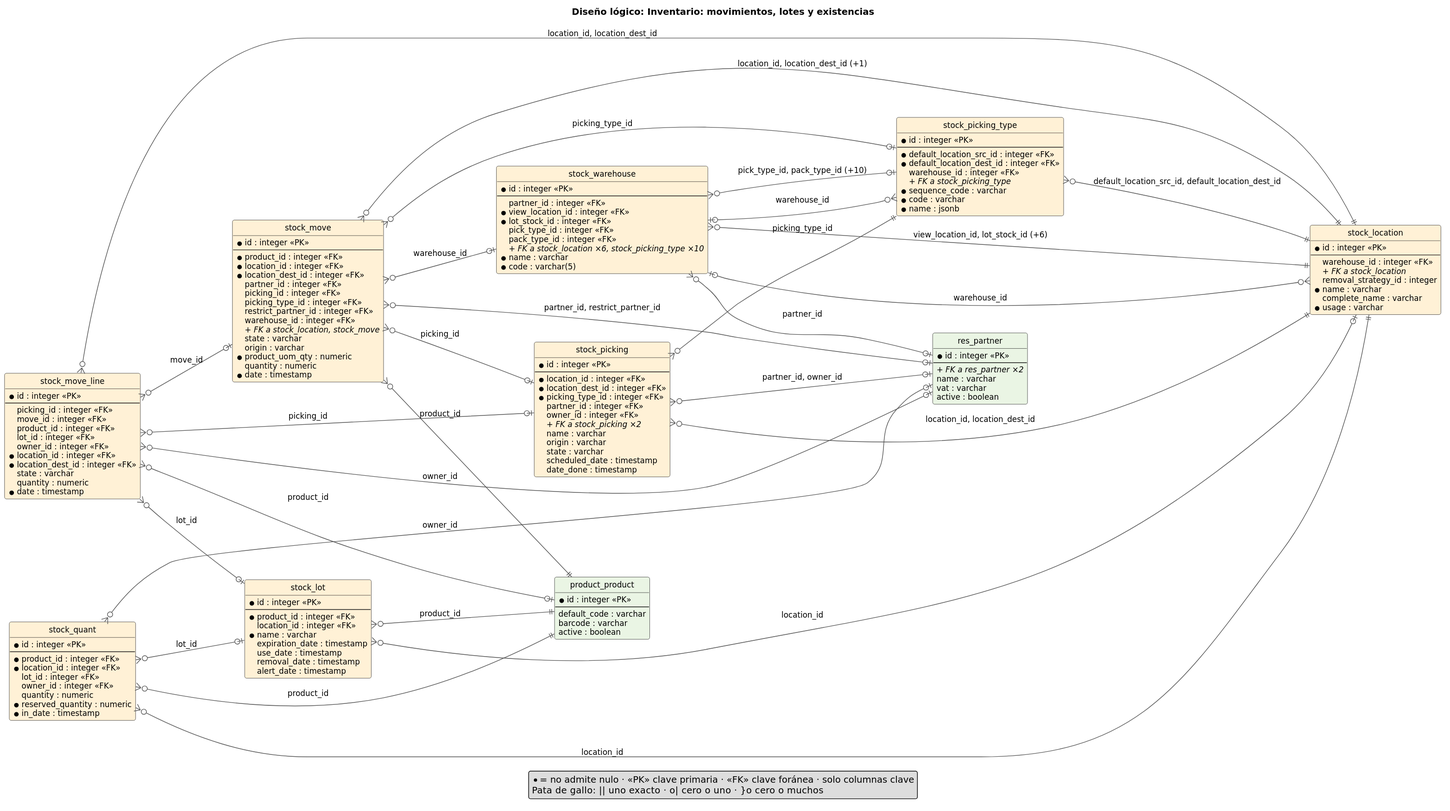
orlando572/erp-donofrio keeps this PlantUML diagram as docs/diagramas/er/logico_inventario.svg. Above is the earlier version. Source of this version:
```plantuml
@startuml
title Diseño lógico: Inventario: movimientos, lotes y existencias
hide circle
hide empty methods
left to right direction
skinparam shadowing false
skinparam defaultFontName DejaVu Sans
skinparam defaultFontSize 12
skinparam roundCorner 6
skinparam ArrowColor #555555
skinparam entity {
  BorderColor #444444
  BackgroundColor #FFFFFF
}
skinparam package {
  BorderColor #888888
  FontStyle bold
}
skinparam nodesep 30
skinparam ranksep 90

entity "stock_warehouse" as stock_warehouse #FFF1D6 {
  * id : integer <<PK>>
  --
  partner_id : integer <<FK>>
  * view_location_id : integer <<FK>>
  * lot_stock_id : integer <<FK>>
  pick_type_id : integer <<FK>>
  pack_type_id : integer <<FK>>
  <i>+ FK a stock_location ×6, stock_picking_type ×10</i>
  * name : varchar
  * code : varchar(5)
}
entity "stock_location" as stock_location #FFF1D6 {
  * id : integer <<PK>>
  --
  warehouse_id : integer <<FK>>
  <i>+ FK a stock_location</i>
  removal_strategy_id : integer
  * name : varchar
  complete_name : varchar
  * usage : varchar
}
entity "stock_picking_type" as stock_picking_type #FFF1D6 {
  * id : integer <<PK>>
  --
  * default_location_src_id : integer <<FK>>
  * default_location_dest_id : integer <<FK>>
  warehouse_id : integer <<FK>>
  <i>+ FK a stock_picking_type</i>
  * sequence_code : varchar
  * code : varchar
  * name : jsonb
}
entity "stock_picking" as stock_picking #FFF1D6 {
  * id : integer <<PK>>
  --
  * location_id : integer <<FK>>
  * location_dest_id : integer <<FK>>
  * picking_type_id : integer <<FK>>
  partner_id : integer <<FK>>
  owner_id : integer <<FK>>
  <i>+ FK a stock_picking ×2</i>
  name : varchar
  origin : varchar
  state : varchar
  scheduled_date : timestamp
  date_done : timestamp
}
entity "stock_move" as stock_move #FFF1D6 {
  * id : integer <<PK>>
  --
  * product_id : integer <<FK>>
  * location_id : integer <<FK>>
  * location_dest_id : integer <<FK>>
  partner_id : integer <<FK>>
  picking_id : integer <<FK>>
  picking_type_id : integer <<FK>>
  restrict_partner_id : integer <<FK>>
  warehouse_id : integer <<FK>>
  <i>+ FK a stock_location, stock_move</i>
  state : varchar
  origin : varchar
  * product_uom_qty : numeric
  quantity : numeric
  * date : timestamp
}
entity "stock_move_line" as stock_move_line #FFF1D6 {
  * id : integer <<PK>>
  --
  picking_id : integer <<FK>>
  move_id : integer <<FK>>
  product_id : integer <<FK>>
  lot_id : integer <<FK>>
  owner_id : integer <<FK>>
  * location_id : integer <<FK>>
  * location_dest_id : integer <<FK>>
  state : varchar
  quantity : numeric
  * date : timestamp
}
entity "stock_lot" as stock_lot #FFF1D6 {
  * id : integer <<PK>>
  --
  * product_id : integer <<FK>>
  location_id : integer <<FK>>
  * name : varchar
  expiration_date : timestamp
  use_date : timestamp
  removal_date : timestamp
  alert_date : timestamp
}
entity "stock_quant" as stock_quant #FFF1D6 {
  * id : integer <<PK>>
  --
  * product_id : integer <<FK>>
  * location_id : integer <<FK>>
  lot_id : integer <<FK>>
  owner_id : integer <<FK>>
  quantity : numeric
  * reserved_quantity : numeric
  * in_date : timestamp
}
entity "product_product" as product_product #EAF5E4 {
  * id : integer <<PK>>
  --
  default_code : varchar
  barcode : varchar
  active : boolean
}
entity "res_partner" as res_partner #EAF5E4 {
  * id : integer <<PK>>
  --
  <i>+ FK a res_partner ×2</i>
  name : varchar
  vat : varchar
  active : boolean
}
stock_warehouse }o--o| res_partner : partner_id
stock_warehouse }o--|| stock_location : view_location_id, lot_stock_id (+6)
stock_warehouse }o--o| stock_picking_type : pick_type_id, pack_type_id (+10)
stock_location }o--o| stock_warehouse : warehouse_id
stock_picking_type }o--|| stock_location : default_location_src_id, default_location_dest_id
stock_picking_type }o--o| stock_warehouse : warehouse_id
stock_picking }o--|| stock_location : location_id, location_dest_id
stock_picking }o--|| stock_picking_type : picking_type_id
stock_picking }o--o| res_partner : partner_id, owner_id
stock_move }o--|| product_product : product_id
stock_move }o--|| stock_location : location_id, location_dest_id (+1)
stock_move }o--o| res_partner : partner_id, restrict_partner_id
stock_move }o--o| stock_picking : picking_id
stock_move }o--o| stock_picking_type : picking_type_id
stock_move }o--o| stock_warehouse : warehouse_id
stock_move_line }o--o| stock_picking : picking_id
stock_move_line }o--o| stock_move : move_id
stock_move_line }o--o| product_product : product_id
stock_move_line }o--o| stock_lot : lot_id
stock_move_line }o--o| res_partner : owner_id
stock_move_line }o--|| stock_location : location_id, location_dest_id
stock_lot }o--|| product_product : product_id
stock_lot }o--o| stock_location : location_id
stock_quant }o--|| product_product : product_id
stock_quant }o--|| stock_location : location_id
stock_quant }o--o| stock_lot : lot_id
stock_quant }o--o| res_partner : owner_id
legend bottom
  * = no admite nulo · <<PK>> clave primaria · <<FK>> clave foránea · solo columnas clave
  Pata de gallo: ||  uno exacto · o|  cero o uno · }o  cero o muchos
endlegend
@enduml
```
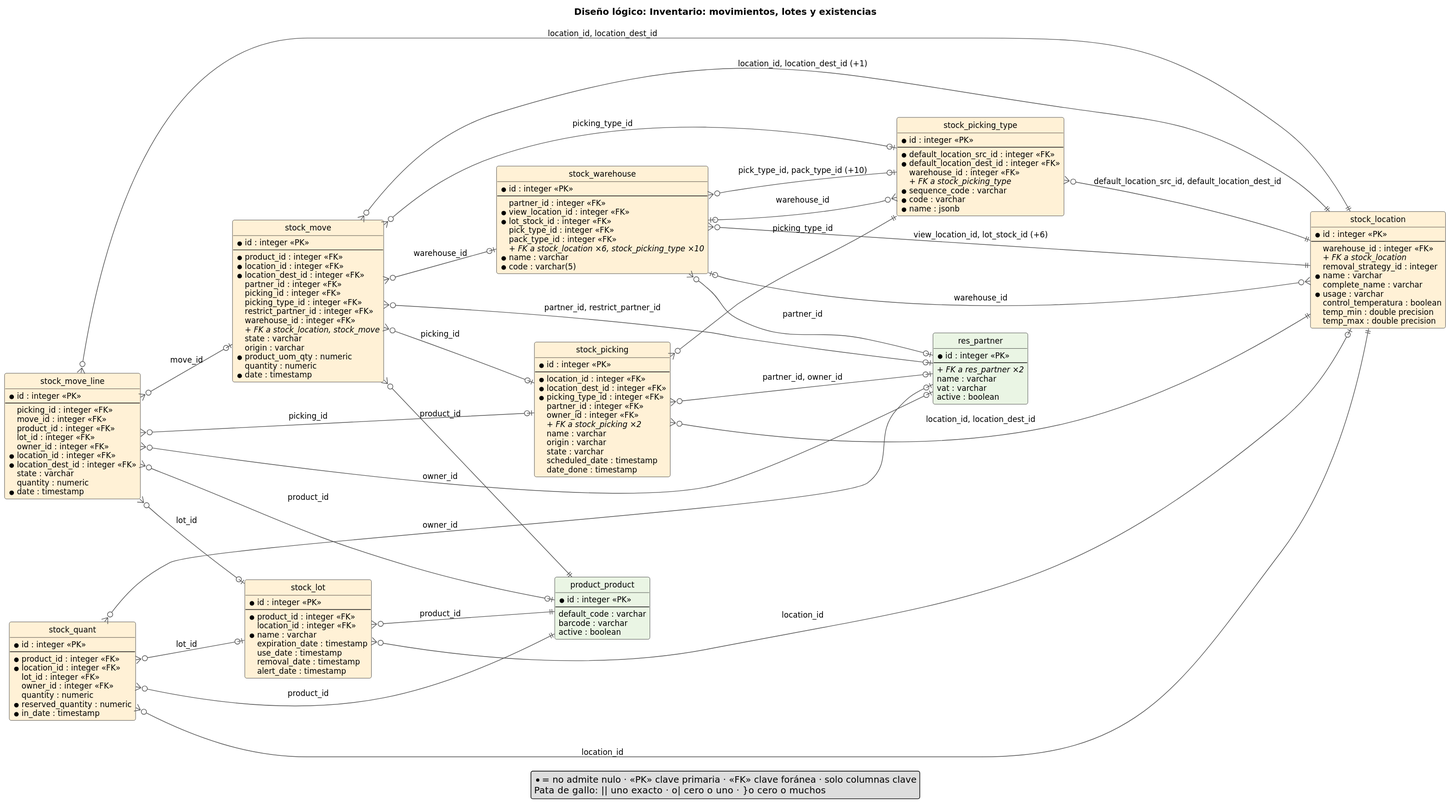
The same diagram one commit later.

Diff of the diagram source:
```diff
@@ -40,6 +40,9 @@
   * name : varchar
   complete_name : varchar
   * usage : varchar
+  control_temperatura : boolean
+  temp_min : double precision
+  temp_max : double precision
 }
 entity "stock_picking_type" as stock_picking_type #FFF1D6 {
   * id : integer <<PK>>
```
